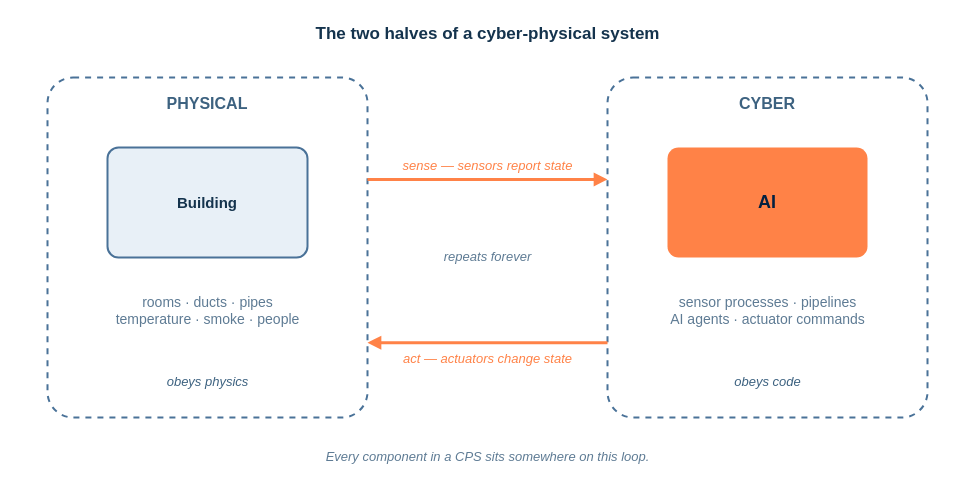
eislab-cps/D7065E keeps this draw.io diagram as course-notes/diagrams/course-notes1-fig02.drawio. Above is the earlier version. Source tidied: cells renumbered, new cells numbered last; positions are measured from the earlier drawing's top-left corner, leaving out a move shared by most shapes. Both pictures are drawn from the tidied source at 100%, with x=0, y=0 at pixel (17, 17).
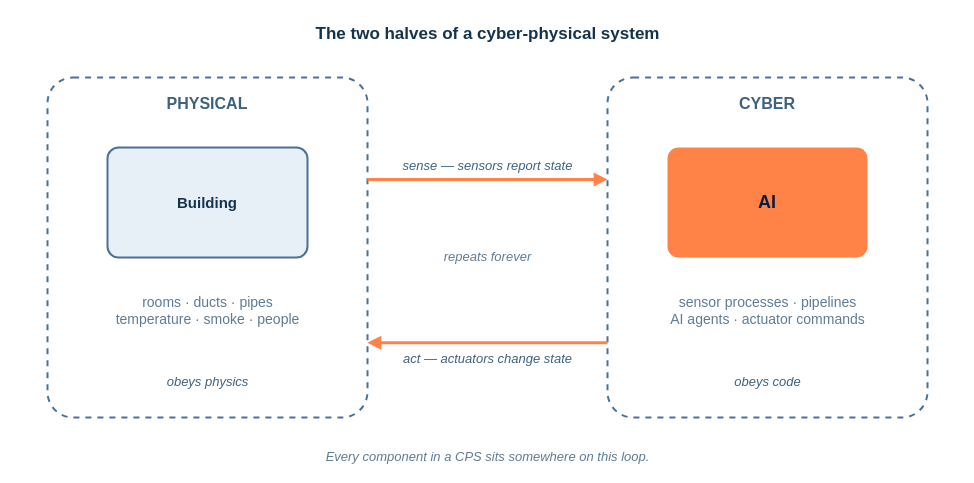
After the change.

Change to the diagram source:
```diff
@@
 <mxGraphModel background="#FFFFFF">
   <root>
     <mxCell id="0" />
     <mxCell id="1" parent="0" />
     <mxCell id="2" value="The two halves of a cyber-physical system" style="text;html=1;align=center;fontColor=#14334D;fontSize=17;fontStyle=1;fontFamily=Helvetica;" parent="1" vertex="1">
       <mxGeometry width="940" height="30" as="geometry" />
     </mxCell>
     <mxCell id="3" value="PHYSICAL" style="rounded=1;whiteSpace=wrap;html=1;fillColor=none;strokeColor=#4A7298;dashed=1;strokeWidth=2;verticalAlign=top;fontColor=#3D6280;fontSize=16;fontStyle=1;fontFamily=Helvetica;spacingTop=10;arcSize=8;" parent="1" vertex="1">
       <mxGeometry x="30" y="60" width="320" height="340" as="geometry" />
     </mxCell>
     <mxCell id="4" value="Building" style="rounded=1;whiteSpace=wrap;html=1;fillColor=#E8F0F7;strokeColor=#4A7298;strokeWidth=2;fontColor=#14334D;fontFamily=Helvetica;arcSize=10;fontSize=15;fontStyle=1;" parent="1" vertex="1">
       <mxGeometry x="90" y="130" width="200" height="110" as="geometry" />
     </mxCell>
     <mxCell id="5" value="rooms · ducts · pipes&#10;temperature · smoke · people" style="text;html=1;align=center;fontColor=#5E7B94;fontSize=14;fontFamily=Helvetica;" parent="1" vertex="1">
       <mxGeometry x="50" y="270" width="280" height="50" as="geometry" />
     </mxCell>
     <mxCell id="6" value="obeys physics" style="text;html=1;align=center;fontColor=#3D6280;fontSize=13;fontStyle=2;fontFamily=Helvetica;" parent="1" vertex="1">
       <mxGeometry x="50" y="350" width="280" height="20" as="geometry" />
     </mxCell>
     <mxCell id="7" value="CYBER" style="rounded=1;whiteSpace=wrap;html=1;fillColor=none;strokeColor=#4A7298;dashed=1;strokeWidth=2;verticalAlign=top;fontColor=#3D6280;fontSize=16;fontStyle=1;fontFamily=Helvetica;spacingTop=10;arcSize=8;" parent="1" vertex="1">
       <mxGeometry x="590" y="60" width="320" height="340" as="geometry" />
     </mxCell>
     <mxCell id="8" value="AI" style="rounded=1;whiteSpace=wrap;html=1;fillColor=#FF8247;strokeColor=none;fontColor=#032040;fontStyle=1;fontFamily=Helvetica;arcSize=10;fontSize=18;" parent="1" vertex="1">
       <mxGeometry x="650" y="130" width="200" height="110" as="geometry" />
     </mxCell>
     <mxCell id="9" value="sensor processes · pipelines&#10;AI agents · actuator commands" style="text;html=1;align=center;fontColor=#5E7B94;fontSize=14;fontFamily=Helvetica;" parent="1" vertex="1">
       <mxGeometry x="610" y="270" width="280" height="50" as="geometry" />
     </mxCell>
     <mxCell id="10" value="obeys code" style="text;html=1;align=center;fontColor=#3D6280;fontSize=13;fontStyle=2;fontFamily=Helvetica;" parent="1" vertex="1">
       <mxGeometry x="610" y="350" width="280" height="20" as="geometry" />
     </mxCell>
-    <mxCell id="11" value="sense — sensors report state" style="endArrow=block;html=1;strokeColor=#FF8247;strokeWidth=3;fontColor=#FF8247;fontSize=13;fontStyle=2;fontFamily=Helvetica;labelBackgroundColor=none;exitX=1;exitY=0.3;entryX=0;entryY=0.3;" parent="1" edge="1" source="3" target="7">
+    <mxCell id="11" value="sense — sensors report state" style="endArrow=block;html=1;strokeColor=#FF8247;strokeWidth=3;fontColor=#3D6280;fontSize=13;fontStyle=2;fontFamily=Helvetica;labelBackgroundColor=none;exitX=1;exitY=0.3;entryX=0;entryY=0.3;" parent="1" edge="1" source="3" target="7">
       <mxGeometry relative="1" as="geometry">
         <mxPoint y="-14" as="offset" />
       </mxGeometry>
     </mxCell>
-    <mxCell id="12" value="act — actuators change state" style="endArrow=block;html=1;strokeColor=#FF8247;strokeWidth=3;fontColor=#FF8247;fontSize=13;fontStyle=2;fontFamily=Helvetica;labelBackgroundColor=none;exitX=0;exitY=0.78;entryX=1;entryY=0.78;" parent="1" edge="1" source="7" target="3">
+    <mxCell id="12" value="act — actuators change state" style="endArrow=block;html=1;strokeColor=#FF8247;strokeWidth=3;fontColor=#3D6280;fontSize=13;fontStyle=2;fontFamily=Helvetica;labelBackgroundColor=none;exitX=0;exitY=0.78;entryX=1;entryY=0.78;" parent="1" edge="1" source="7" target="3">
       <mxGeometry relative="1" as="geometry">
         <mxPoint y="16" as="offset" />
       </mxGeometry>
     </mxCell>
     <mxCell id="13" value="repeats forever" style="text;html=1;align=center;fontColor=#5E7B94;fontSize=13;fontStyle=2;fontFamily=Helvetica;" parent="1" vertex="1">
       <mxGeometry x="370" y="225" width="200" height="20" as="geometry" />
     </mxCell>
     <mxCell id="14" value="Every component in a CPS sits somewhere on this loop." style="text;html=1;align=center;fontColor=#5E7B94;fontSize=13;fontStyle=2;fontFamily=Helvetica;" parent="1" vertex="1">
       <mxGeometry x="220" y="425" width="500" height="24" as="geometry" />
     </mxCell>
   </root>
 </mxGraphModel>
```
